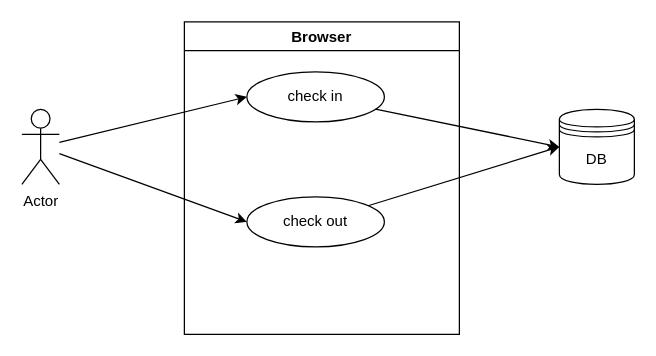
Before: .devcontainer/punchClock/anwedungsdiagramm.drawio in SamuelWachter/modul223, a draw.io diagram. Source tidied: cells renumbered, new cells numbered last; positions are measured from the earlier drawing's top-left corner, leaving out a move shared by most shapes. Both pictures are drawn from the tidied source at 125%, with x=0, y=0 at pixel (21, 21).
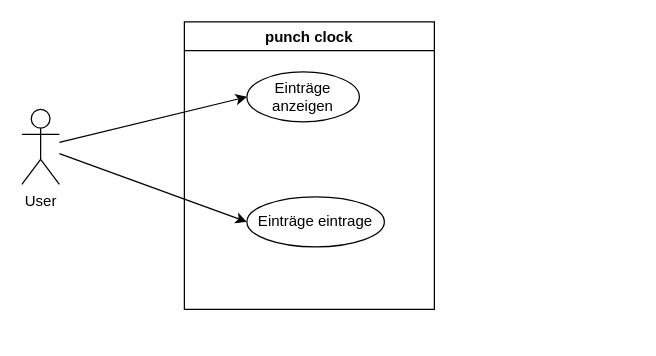
The same diagram, later.

Change to the diagram source:
```diff
@@
 <mxGraphModel>
   <root>
     <mxCell id="0" />
     <mxCell id="1" parent="0" />
-    <mxCell id="2" style="edgeStyle=none;html=1;entryX=0;entryY=0.5;entryDx=0;entryDy=0;" parent="1" edge="1" source="4" target="7">
-      <mxGeometry relative="1" as="geometry" />
+    <mxCell id="2" style="edgeStyle=none;html=1;entryX=0;entryY=0.5;entryDx=0;entryDy=0;" parent="1" edge="1" source="4">
+      <mxGeometry relative="1" as="geometry">
+        <mxPoint x="180" y="60" as="targetPoint" />
+      </mxGeometry>
     </mxCell>
     <mxCell id="3" style="edgeStyle=none;html=1;entryX=0;entryY=0.5;entryDx=0;entryDy=0;" parent="1" edge="1" source="4" target="8">
       <mxGeometry relative="1" as="geometry" />
     </mxCell>
-    <mxCell id="4" value="Actor" style="shape=umlActor;verticalLabelPosition=bottom;verticalAlign=top;html=1;outlineConnect=0;" parent="1" vertex="1">
+    <mxCell id="4" value="User" style="shape=umlActor;verticalLabelPosition=bottom;verticalAlign=top;html=1;outlineConnect=0;" parent="1" vertex="1">
       <mxGeometry y="70" width="30" height="60" as="geometry" />
     </mxCell>
-    <mxCell id="5" value="DB" style="shape=datastore;whiteSpace=wrap;html=1;" parent="1" vertex="1">
-      <mxGeometry x="430" y="70" width="60" height="60" as="geometry" />
-    </mxCell>
-    <mxCell id="6" value="Browser" style="swimlane;" parent="1" vertex="1">
-      <mxGeometry x="130" width="220" height="250" as="geometry" />
+    <mxCell id="6" value="punch clock" style="swimlane;" parent="1" vertex="1">
+      <mxGeometry x="130" width="200" height="230" as="geometry" />
     </mxCell>
-    <mxCell id="7" value="check in" style="ellipse;whiteSpace=wrap;html=1;" parent="6" vertex="1">
-      <mxGeometry x="50" y="40" width="110" height="40" as="geometry" />
-    </mxCell>
-    <mxCell id="8" value="check out" style="ellipse;whiteSpace=wrap;html=1;" parent="6" vertex="1">
+    <mxCell id="8" value="Einträge eintrage" style="ellipse;whiteSpace=wrap;html=1;" parent="6" vertex="1">
       <mxGeometry x="50" y="140" width="110" height="40" as="geometry" />
     </mxCell>
-    <mxCell id="9" style="edgeStyle=none;html=1;entryX=0;entryY=0.5;entryDx=0;entryDy=0;" parent="1" edge="1" source="8" target="5">
-      <mxGeometry relative="1" as="geometry" />
-    </mxCell>
-    <mxCell id="10" style="edgeStyle=none;html=1;" parent="1" edge="1" source="7">
-      <mxGeometry relative="1" as="geometry">
-        <mxPoint x="430" y="100" as="targetPoint" />
-      </mxGeometry>
-    </mxCell>
+    <mxCell id="11" value="Einträge anzeigen" style="ellipse;whiteSpace=wrap;html=1;" parent="6" vertex="1">
+      <mxGeometry x="50" y="40" width="90" height="40" as="geometry" />
+    </mxCell>
   </root>
 </mxGraphModel>
```
